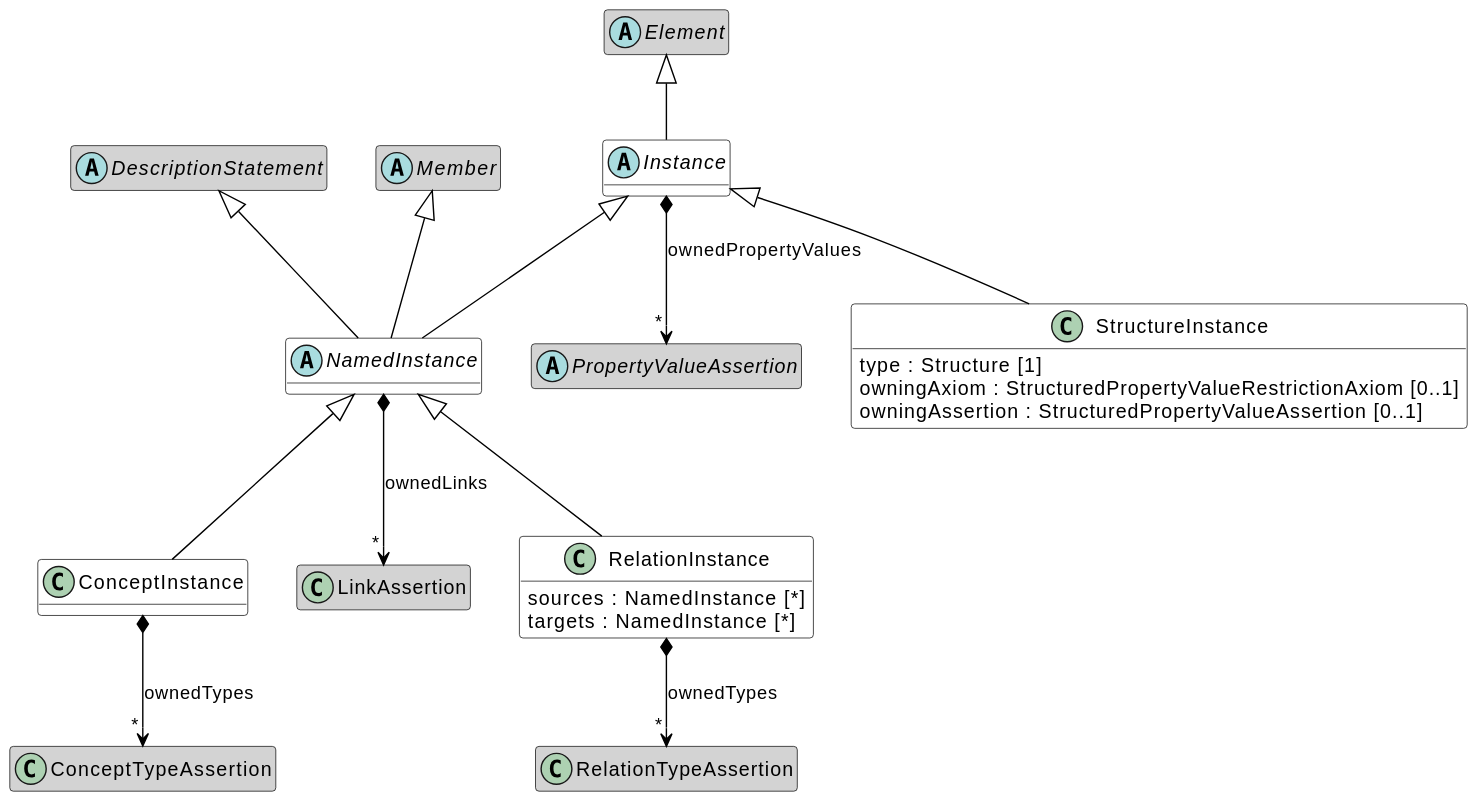
This is images/oml-Instances.svg from opencaesar/oml, a PlantUML export, as it was before one commit.
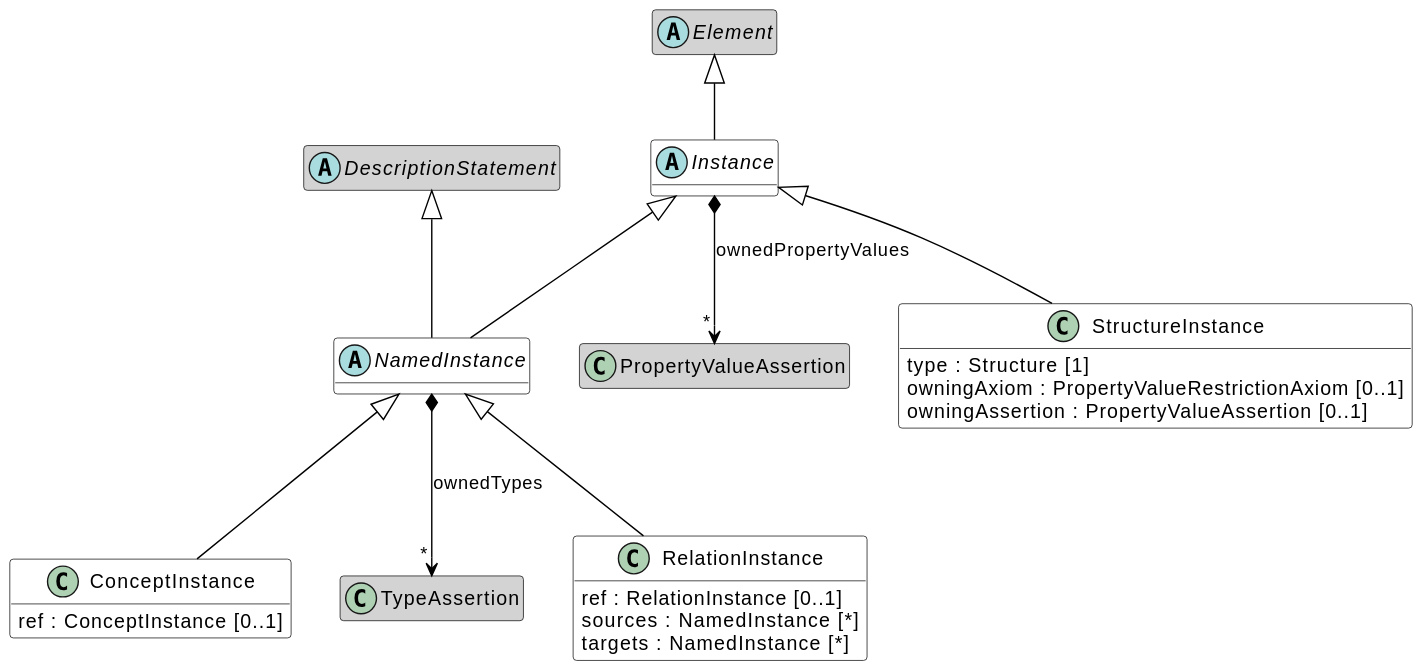
The same file after the commit.

Diff of the diagram source:
```diff
@@ -5,43 +5,36 @@
 skinparam ArrowColor Black
 hide methods
 class ConceptInstance [[#ConceptInstance]] #white {
+	ref : ConceptInstance [0..1]
 }
-class ConceptTypeAssertion [[#ConceptTypeAssertion]]
-hide ConceptTypeAssertion members
 ConceptInstance -up-|> NamedInstance [[#NamedInstance]]
-ConceptInstance *--> "*" ConceptTypeAssertion : ownedTypes
 abstract class Instance [[#Instance]] #white {
 }
 abstract class Element [[#Element]]
 hide Element members
-abstract class PropertyValueAssertion [[#PropertyValueAssertion]]
+class PropertyValueAssertion [[#PropertyValueAssertion]]
 hide PropertyValueAssertion members
 Instance -up-|> Element [[#Element]]
 Instance *--> "*" PropertyValueAssertion : ownedPropertyValues
 abstract class NamedInstance [[#NamedInstance]] #white {
 }
-abstract class Member [[#Member]]
-hide Member members
 abstract class DescriptionStatement [[#DescriptionStatement]]
 hide DescriptionStatement members
-class LinkAssertion [[#LinkAssertion]]
-hide LinkAssertion members
-NamedInstance -up-|> Member [[#Member]]
+class TypeAssertion [[#TypeAssertion]]
+hide TypeAssertion members
+NamedInstance -up-|> DescriptionStatement [[#DescriptionStatement]]
 NamedInstance -up-|> Instance [[#Instance]]
-NamedInstance -up-|> DescriptionStatement [[#DescriptionStatement]]
-NamedInstance *--> "*" LinkAssertion : ownedLinks
+NamedInstance *--> "*" TypeAssertion : ownedTypes
 class RelationInstance [[#RelationInstance]] #white {
+	ref : RelationInstance [0..1]
 	sources : NamedInstance [*]
 	targets : NamedInstance [*]
 }
-class RelationTypeAssertion [[#RelationTypeAssertion]]
-hide RelationTypeAssertion members
 RelationInstance -up-|> NamedInstance [[#NamedInstance]]
-RelationInstance *--> "*" RelationTypeAssertion : ownedTypes
 class StructureInstance [[#StructureInstance]] #white {
 	type : Structure [1]
-	owningAxiom : StructuredPropertyValueRestrictionAxiom [0..1]
-	owningAssertion : StructuredPropertyValueAssertion [0..1]
+	owningAxiom : PropertyValueRestrictionAxiom [0..1]
+	owningAssertion : PropertyValueAssertion [0..1]
 }
 StructureInstance -up-|> Instance [[#Instance]]
 @enduml
```
